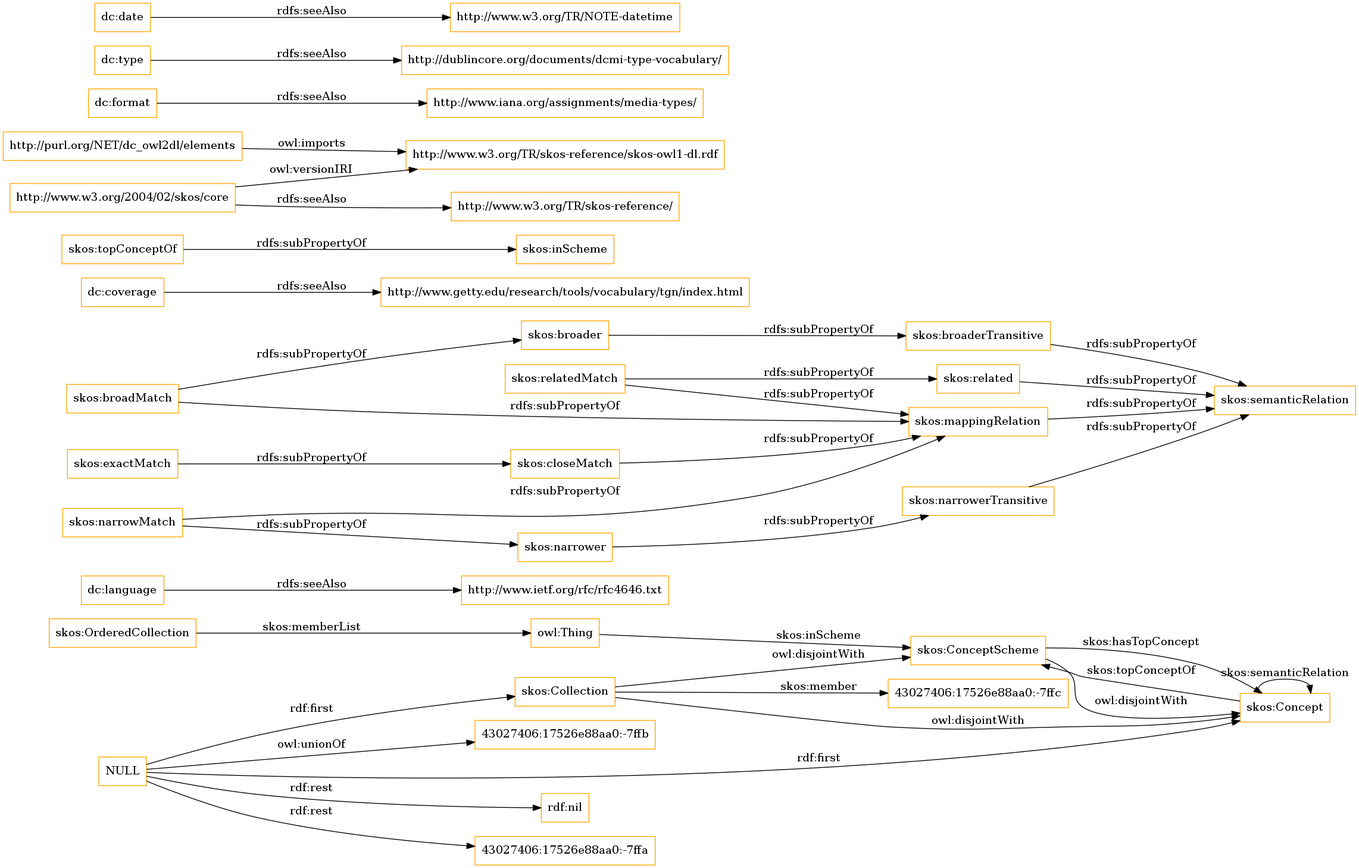
This is OnToology/imports/elements.owl/diagrams/ar2dtool-class/elements.owl.png from OnToologyUser/core-ontology-1, a Graphviz export, as it was before one commit. Its source is kept beside it as OnToology/imports/elements.owl/diagrams/ar2dtool-class/elements.owl.png.dot.
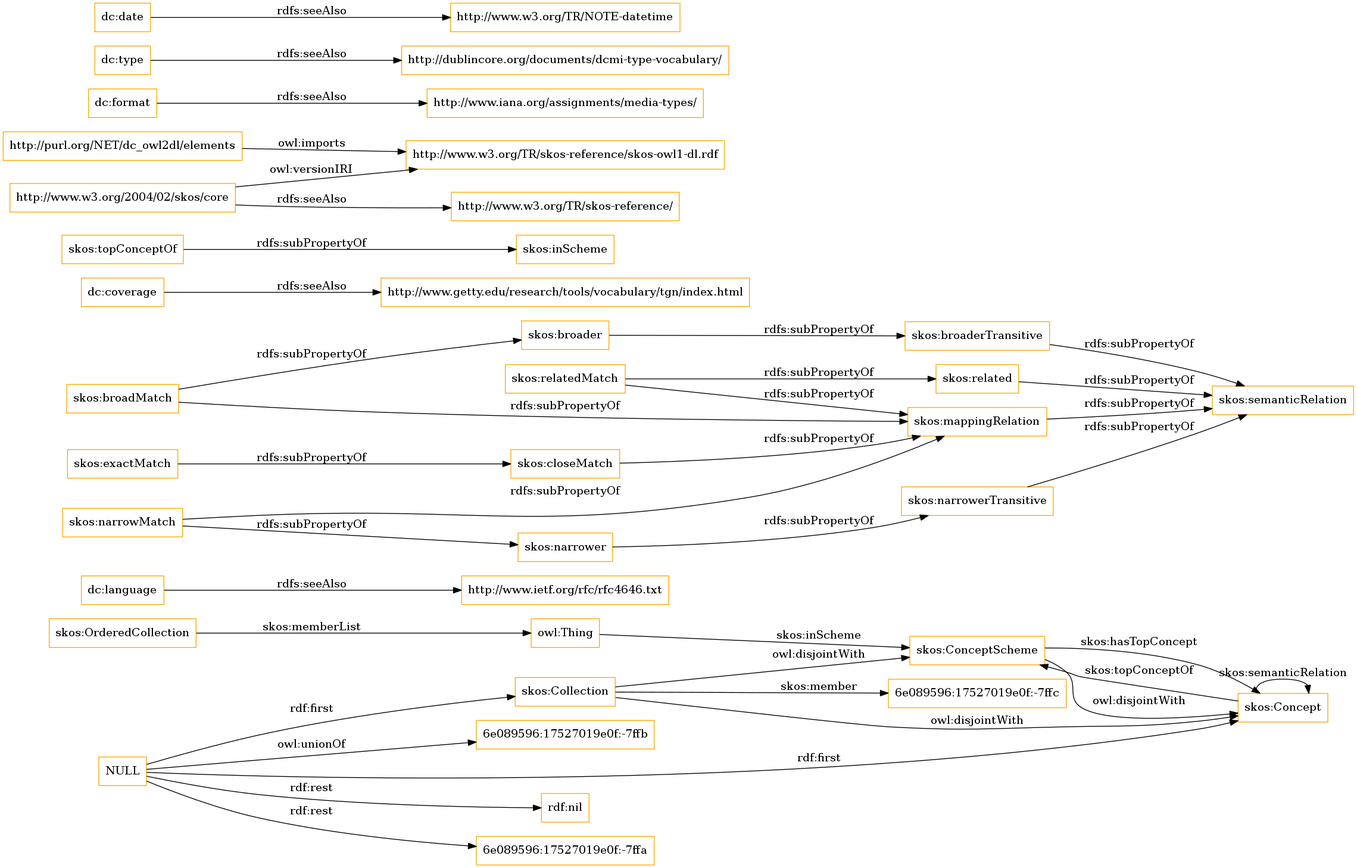
The same file after the commit.

Diff of the diagram source:
```diff
@@ -1,13 +1,13 @@
 digraph ar2dtool_diagram {
 rankdir=LR;
 size="1501"
-node [shape = rectangle, color="orange"]; "43027406:17526e88aa0:-7ffc" "skos:OrderedCollection" "skos:Collection" "skos:ConceptScheme" "skos:Concept" ; /*classes style*/
+node [shape = rectangle, color="orange"]; "6e089596:17527019e0f:-7ffc" "skos:OrderedCollection" "skos:Collection" "skos:ConceptScheme" "skos:Concept" ; /*classes style*/
 	"dc:language" -> "http://www.ietf.org/rfc/rfc4646.txt" [ label = "rdfs:seeAlso" ];
 	"NULL" -> "rdf:nil" [ label = "rdf:rest" ];
 	"NULL" -> "skos:Collection" [ label = "rdf:first" ];
-	"NULL" -> "43027406:17526e88aa0:-7ffa" [ label = "rdf:rest" ];
+	"NULL" -> "6e089596:17527019e0f:-7ffa" [ label = "rdf:rest" ];
 	"NULL" -> "skos:Concept" [ label = "rdf:first" ];
-	"NULL" -> "43027406:17526e88aa0:-7ffb" [ label = "owl:unionOf" ];
+	"NULL" -> "6e089596:17527019e0f:-7ffb" [ label = "owl:unionOf" ];
 	"skos:closeMatch" -> "skos:mappingRelation" [ label = "rdfs:subPropertyOf" ];
 	"dc:coverage" -> "http://www.getty.edu/research/tools/vocabulary/tgn/index.html" [ label = "rdfs:seeAlso" ];
 	"skos:relatedMatch" -> "skos:related" [ label = "rdfs:subPropertyOf" ];
@@ -36,7 +36,7 @@
 	"skos:OrderedCollection" -> "owl:Thing" [ label = "skos:memberList" ];
 	"skos:Concept" -> "skos:ConceptScheme" [ label = "skos:topConceptOf" ];
 	"skos:Concept" -> "skos:Concept" [ label = "skos:semanticRelation" ];
-	"skos:Collection" -> "43027406:17526e88aa0:-7ffc" [ label = "skos:member" ];
+	"skos:Collection" -> "6e089596:17527019e0f:-7ffc" [ label = "skos:member" ];
 	"skos:ConceptScheme" -> "skos:Concept" [ label = "skos:hasTopConcept" ];
 	"owl:Thing" -> "skos:ConceptScheme" [ label = "skos:inScheme" ];
 
```
